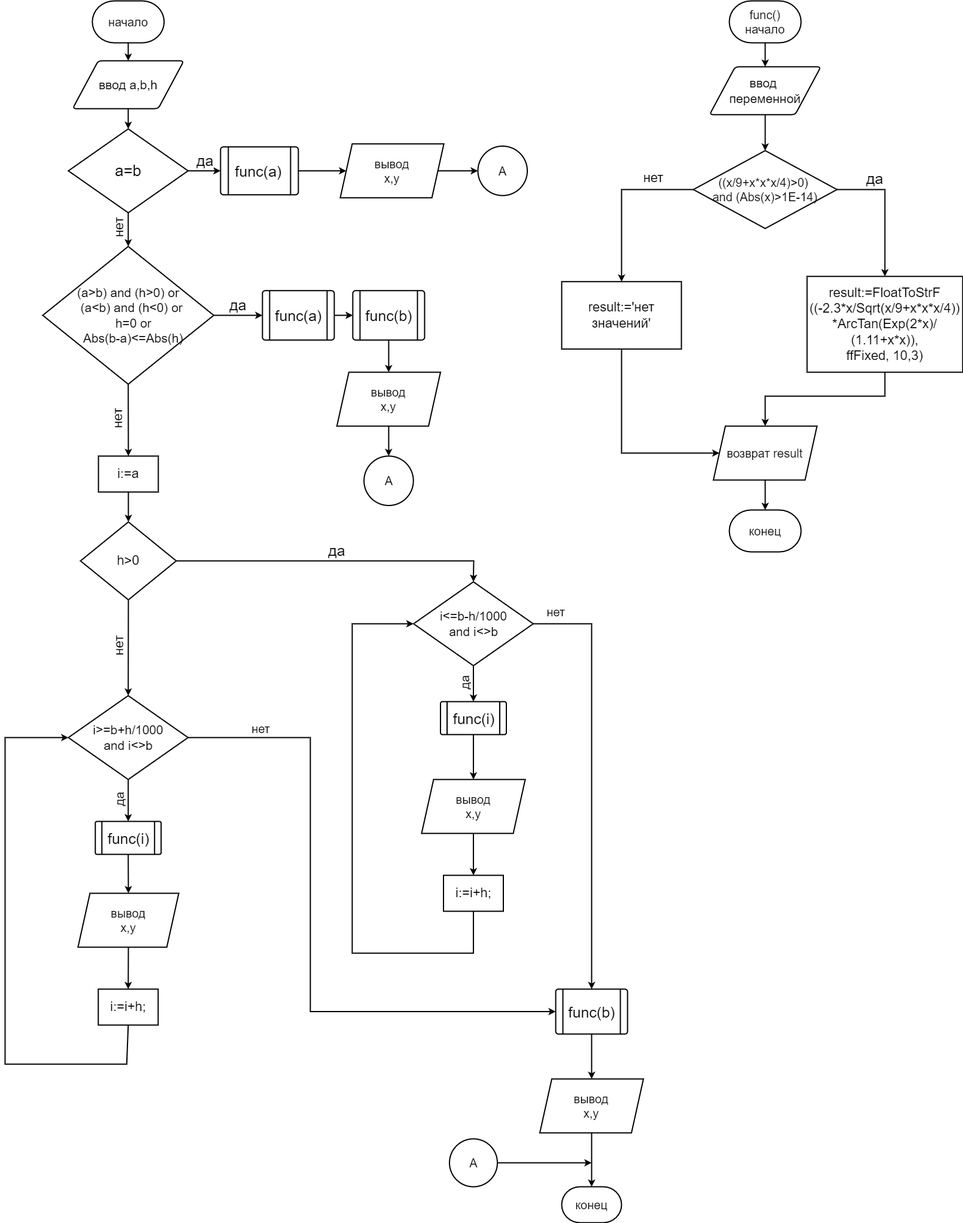
Above: lab-1png.drawio.png in MarkOstapchuk/lab-1 (draw.io), before the change. Source tidied: cells renumbered, new cells last; positions are measured from the earlier drawing's top-left corner, leaving out a move shared by most shapes.
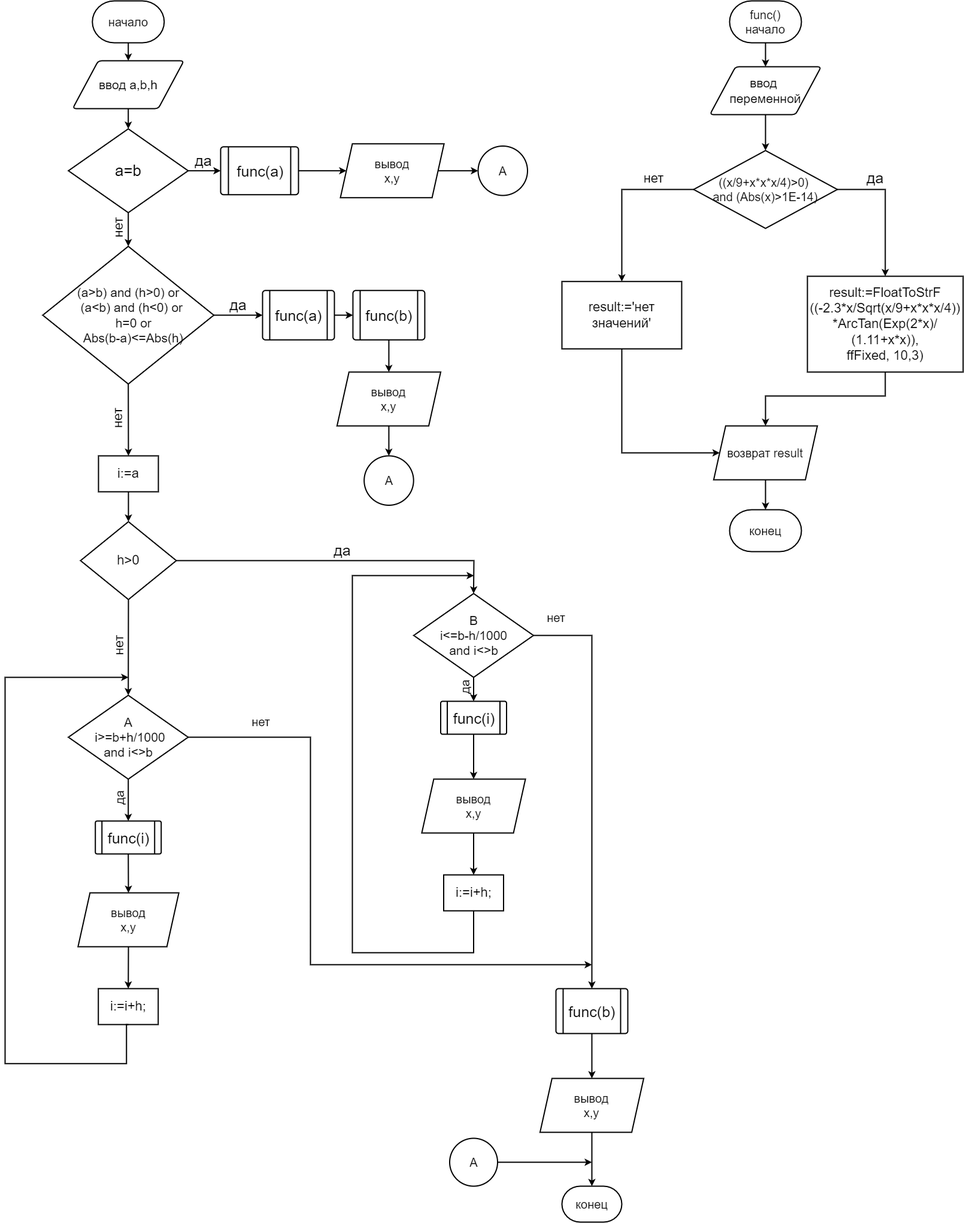
Above is the later version.

What changed in the source:
```diff
@@ -87,13 +87,13 @@
         </Array>
       </mxGeometry>
     </mxCell>
-    <mxCell id="26" value="i&amp;lt;=b-h/1000&lt;br&gt;and i&amp;lt;&amp;gt;b" style="strokeWidth=2;html=1;shape=mxgraph.flowchart.decision;whiteSpace=wrap;shadow=0;glass=0;sketch=0;fontSize=21;" parent="1" vertex="1">
-      <mxGeometry x="682.5" y="970" width="200" height="140" as="geometry" />
+    <mxCell id="26" value="B&lt;br&gt;i&amp;lt;=b-h/1000&lt;br&gt;and i&amp;lt;&amp;gt;b" style="strokeWidth=2;html=1;shape=mxgraph.flowchart.decision;whiteSpace=wrap;shadow=0;glass=0;sketch=0;fontSize=21;" parent="1" vertex="1">
+      <mxGeometry x="682.5" y="990" width="200" height="140" as="geometry" />
     </mxCell>
     <mxCell id="27" value="нет" style="endArrow=classic;html=1;rounded=0;fontSize=22;exitX=0.5;exitY=1;exitDx=0;exitDy=0;exitPerimeter=0;horizontal=0;verticalAlign=bottom;spacing=2;spacingTop=2;spacingBottom=0;spacingLeft=0;spacingRight=6;entryX=0.5;entryY=0;entryDx=0;entryDy=0;entryPerimeter=0;strokeWidth=2;" parent="1" edge="1" source="24" target="28">
       <mxGeometry relative="1" as="geometry" />
     </mxCell>
-    <mxCell id="28" value="i&amp;gt;=b+h/1000&lt;br&gt;and i&amp;lt;&amp;gt;b" style="strokeWidth=2;html=1;shape=mxgraph.flowchart.decision;whiteSpace=wrap;shadow=0;glass=0;sketch=0;fontSize=21;" parent="1" vertex="1">
+    <mxCell id="28" value="A&lt;br&gt;&amp;nbsp;i&amp;gt;=b+h/1000&lt;br&gt;and i&amp;lt;&amp;gt;b" style="strokeWidth=2;html=1;shape=mxgraph.flowchart.decision;whiteSpace=wrap;shadow=0;glass=0;sketch=0;fontSize=21;" parent="1" vertex="1">
       <mxGeometry x="105.8" y="1160" width="200" height="140" as="geometry" />
     </mxCell>
     <mxCell id="29" value="да" style="endArrow=classic;html=1;rounded=0;fontSize=21;exitX=0.5;exitY=1;exitDx=0;exitDy=0;exitPerimeter=0;entryX=0.5;entryY=0;entryDx=0;entryDy=0;horizontal=0;verticalAlign=bottom;spacingRight=6;strokeWidth=2;" parent="1" edge="1" source="26" target="32">
@@ -132,11 +132,12 @@
     <mxCell id="40" value="да" style="endArrow=classic;html=1;rounded=0;fontSize=21;exitX=0.5;exitY=1;exitDx=0;exitDy=0;exitPerimeter=0;horizontal=0;verticalAlign=bottom;spacingRight=5;strokeWidth=2;" parent="1" edge="1" source="28" target="37">
       <mxGeometry relative="1" as="geometry" />
     </mxCell>
-    <mxCell id="41" value="нет" style="edgeStyle=segmentEdgeStyle;endArrow=classic;rounded=0;fontSize=20;exitX=1;exitY=0.5;exitDx=0;exitDy=0;exitPerimeter=0;labelPosition=left;verticalLabelPosition=top;align=right;verticalAlign=bottom;textDirection=ltr;horizontal=1;html=1;spacingLeft=6;spacingRight=66;spacingTop=7;spacingBottom=332;entryX=0;entryY=0.5;entryDx=0;entryDy=0;strokeWidth=2;" parent="1" edge="1" source="28" target="43">
+    <mxCell id="41" value="нет" style="edgeStyle=segmentEdgeStyle;endArrow=classic;rounded=0;fontSize=20;exitX=1;exitY=0.5;exitDx=0;exitDy=0;exitPerimeter=0;labelPosition=left;verticalLabelPosition=top;align=right;verticalAlign=bottom;textDirection=ltr;horizontal=1;html=1;spacingLeft=6;spacingRight=66;spacingTop=7;spacingBottom=332;strokeWidth=2;" parent="1" edge="1" source="28">
       <mxGeometry relative="1" as="geometry">
+        <mxPoint x="980" y="1610" as="targetPoint" />
         <Array as="points">
           <mxPoint x="510" y="1230" />
-          <mxPoint x="510" y="1688" />
+          <mxPoint x="510" y="1610" />
         </Array>
       </mxGeometry>
     </mxCell>
@@ -233,22 +234,25 @@
     <mxCell id="65" value="func(b)" style="verticalLabelPosition=middle;verticalAlign=middle;html=1;shape=process;rounded=1;size=0.1;arcSize=6;shadow=0;glass=0;sketch=0;strokeWidth=2;fontSize=25;fillColor=default;horizontal=1;labelPosition=center;align=center;" parent="1" vertex="1">
       <mxGeometry x="580.9" y="483.8" width="120" height="82.5" as="geometry" />
     </mxCell>
-    <mxCell id="66" style="edgeStyle=segmentEdgeStyle;endArrow=classic;html=1;rounded=0;exitX=0.5;exitY=1;exitDx=0;exitDy=0;entryX=0;entryY=0.5;entryDx=0;entryDy=0;entryPerimeter=0;strokeWidth=2;" parent="1" edge="1" source="31" target="26">
+    <mxCell id="66" style="edgeStyle=segmentEdgeStyle;endArrow=classic;html=1;rounded=0;exitX=0.5;exitY=1;exitDx=0;exitDy=0;strokeWidth=2;" parent="1" edge="1" source="31">
       <mxGeometry relative="1" as="geometry">
+        <mxPoint x="783" y="960" as="targetPoint" />
         <Array as="points">
           <mxPoint x="783" y="1590" />
           <mxPoint x="580" y="1590" />
-          <mxPoint x="580" y="1040" />
+          <mxPoint x="580" y="960" />
         </Array>
       </mxGeometry>
     </mxCell>
-    <mxCell id="67" style="edgeStyle=segmentEdgeStyle;endArrow=classic;html=1;rounded=0;exitX=0.5;exitY=1;exitDx=0;exitDy=0;entryX=0;entryY=0.5;entryDx=0;entryDy=0;entryPerimeter=0;strokeWidth=2;" parent="1" edge="1" source="36" target="28">
+    <mxCell id="67" style="edgeStyle=segmentEdgeStyle;endArrow=classic;html=1;rounded=0;exitX=0.5;exitY=1;exitDx=0;exitDy=0;strokeWidth=2;" parent="1" edge="1" source="36">
       <mxGeometry relative="1" as="geometry">
+        <mxPoint x="206" y="1130" as="targetPoint" />
         <Array as="points">
           <mxPoint x="203" y="1710" />
           <mxPoint x="203" y="1775" />
           <mxPoint y="1775" />
-          <mxPoint y="1230" />
+          <mxPoint y="1130" />
+          <mxPoint x="106" y="1130" />
         </Array>
       </mxGeometry>
     </mxCell>
```
